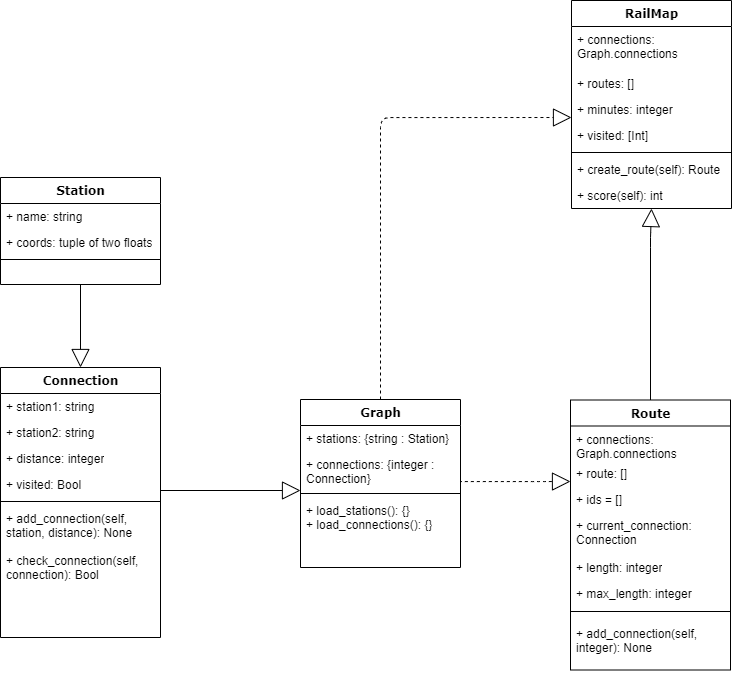
The draw.io diagram docs/data_structure.png in tj-carp/tj-en-tj, before a commit. Source tidied: cells renumbered, new cells last; positions are measured from the earlier drawing's top-left corner, leaving out a move shared by most shapes.
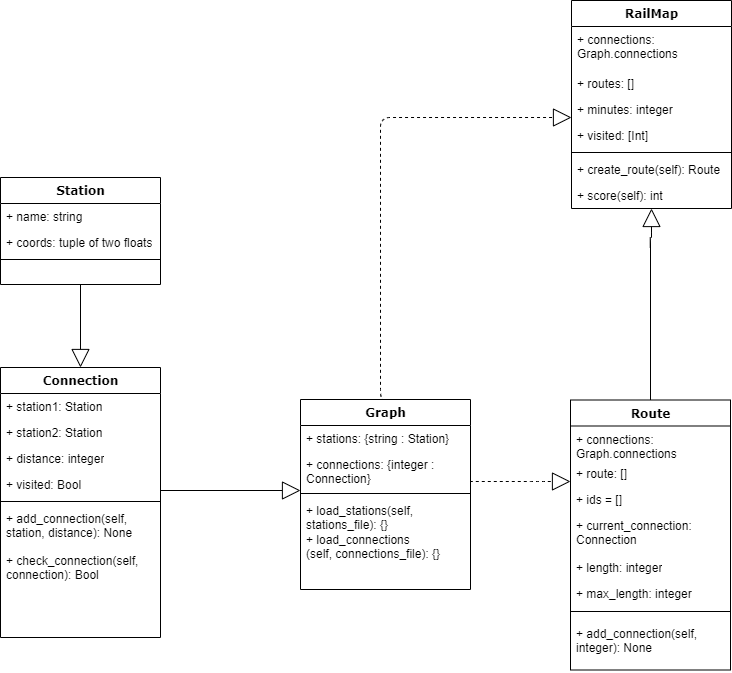
The same file after the commit.

Commit message:
data structure

What changed in the source:
```diff
@@ -38,10 +38,10 @@
     <mxCell id="11" value="Connection" style="swimlane;html=1;fontStyle=1;align=center;verticalAlign=top;horizontal=1;startSize=26;swimlaneFillColor=#ffffff;rounded=0;shadow=0;comic=0;labelBackgroundColor=none;strokeWidth=1;fillColor=none;fontFamily=Verdana;fontSize=12;" parent="1" vertex="1">
       <mxGeometry y="367" width="160" height="270" as="geometry" />
     </mxCell>
-    <mxCell id="12" value="+ station1: string" style="text;html=1;strokeColor=none;fillColor=none;align=left;verticalAlign=top;spacingLeft=4;spacingRight=4;whiteSpace=wrap;overflow=hidden;" parent="11" vertex="1">
+    <mxCell id="12" value="+ station1: Station" style="text;html=1;strokeColor=none;fillColor=none;align=left;verticalAlign=top;spacingLeft=4;spacingRight=4;whiteSpace=wrap;overflow=hidden;" parent="11" vertex="1">
       <mxGeometry y="26" width="160" height="26" as="geometry" />
     </mxCell>
-    <mxCell id="13" value="+ station2: string" style="text;html=1;strokeColor=none;fillColor=none;align=left;verticalAlign=top;spacingLeft=4;spacingRight=4;whiteSpace=wrap;overflow=hidden;" parent="11" vertex="1">
+    <mxCell id="13" value="+ station2: Station" style="text;html=1;strokeColor=none;fillColor=none;align=left;verticalAlign=top;spacingLeft=4;spacingRight=4;whiteSpace=wrap;overflow=hidden;" parent="11" vertex="1">
       <mxGeometry y="52" width="160" height="26" as="geometry" />
     </mxCell>
     <mxCell id="14" value="+ distance: integer" style="text;html=1;strokeColor=none;fillColor=none;align=left;verticalAlign=top;spacingLeft=4;spacingRight=4;whiteSpace=wrap;overflow=hidden;" parent="11" vertex="1">
@@ -69,19 +69,19 @@
       </mxGeometry>
     </mxCell>
     <mxCell id="20" value="Graph" style="swimlane;html=1;fontStyle=1;align=center;verticalAlign=top;horizontal=1;startSize=26;swimlaneFillColor=#ffffff;rounded=0;shadow=0;comic=0;labelBackgroundColor=none;strokeWidth=1;fillColor=none;fontFamily=Verdana;fontSize=12;" parent="1" vertex="1">
-      <mxGeometry x="300" y="399" width="160" height="168" as="geometry" />
+      <mxGeometry x="300" y="399" width="170" height="190" as="geometry" />
     </mxCell>
     <mxCell id="21" value="+ stations: {string : Station}" style="text;html=1;strokeColor=none;fillColor=none;align=left;verticalAlign=top;spacingLeft=4;spacingRight=4;whiteSpace=wrap;overflow=hidden;" parent="20" vertex="1">
-      <mxGeometry y="26" width="160" height="26" as="geometry" />
+      <mxGeometry y="26" width="170" height="26" as="geometry" />
     </mxCell>
     <mxCell id="22" value="+ connections: {integer : Connection}" style="text;html=1;strokeColor=none;fillColor=none;align=left;verticalAlign=top;spacingLeft=4;spacingRight=4;whiteSpace=wrap;overflow=hidden;" parent="20" vertex="1">
-      <mxGeometry y="52" width="160" height="38" as="geometry" />
+      <mxGeometry y="52" width="170" height="38" as="geometry" />
     </mxCell>
     <mxCell id="23" style="line;html=1;strokeWidth=1;fillColor=none;align=left;verticalAlign=middle;spacingTop=-1;spacingLeft=3;spacingRight=3;labelPosition=right;points=[];portConstraint=eastwest;" parent="20" vertex="1">
-      <mxGeometry y="90" width="160" height="8" as="geometry" />
+      <mxGeometry y="90" width="170" height="8" as="geometry" />
     </mxCell>
-    <mxCell id="24" value="+ load_stations(): {}&lt;br&gt;+ load_connections(): {}" style="text;html=1;strokeColor=none;fillColor=none;align=left;verticalAlign=top;spacingLeft=4;spacingRight=4;whiteSpace=wrap;overflow=hidden;" parent="20" vertex="1">
-      <mxGeometry y="98" width="160" height="44" as="geometry" />
+    <mxCell id="24" value="+ load_stations(self, stations_file): {}&lt;br&gt;+ load_connections&lt;br&gt;(self, connections_file): {}" style="text;html=1;strokeColor=none;fillColor=none;align=left;verticalAlign=top;spacingLeft=4;spacingRight=4;whiteSpace=wrap;overflow=hidden;" parent="20" vertex="1">
+      <mxGeometry y="98" width="170" height="92" as="geometry" />
     </mxCell>
     <mxCell id="25" style="edgeStyle=orthogonalEdgeStyle;html=1;labelBackgroundColor=none;startFill=0;startSize=8;endArrow=block;endFill=0;endSize=16;fontFamily=Verdana;fontSize=12;entryX=0.5;entryY=1;entryDx=0;entryDy=0;" parent="1" edge="1" source="26" target="2">
       <mxGeometry relative="1" as="geometry">
```
